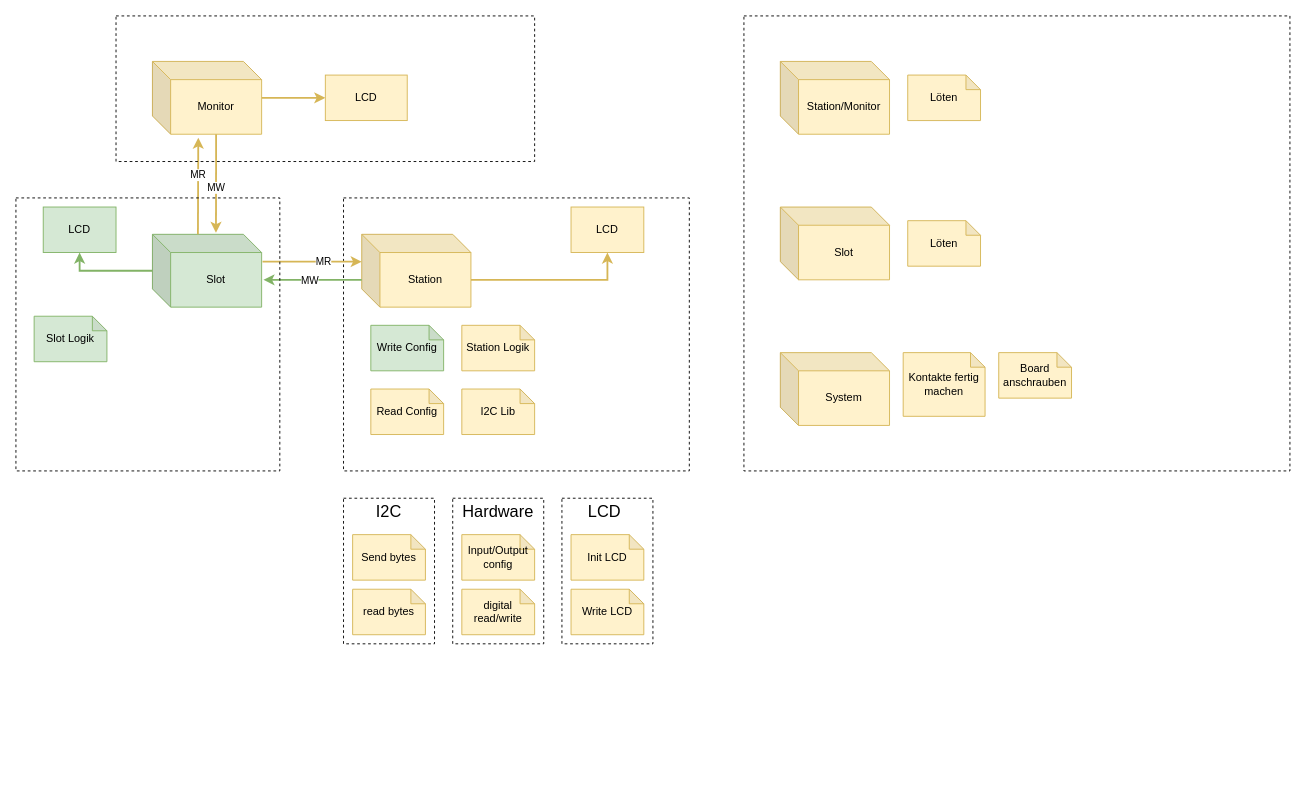
The draw.io diagram slotted-ring.drawio in OleVoss/slotted-ring, before the edit. Source tidied: cells renumbered, new cells numbered last; positions are measured from the earlier drawing's top-left corner, leaving out a move shared by most shapes. Both pictures are drawn from the tidied source at 91%, with x=0, y=0 at pixel (15, 15).
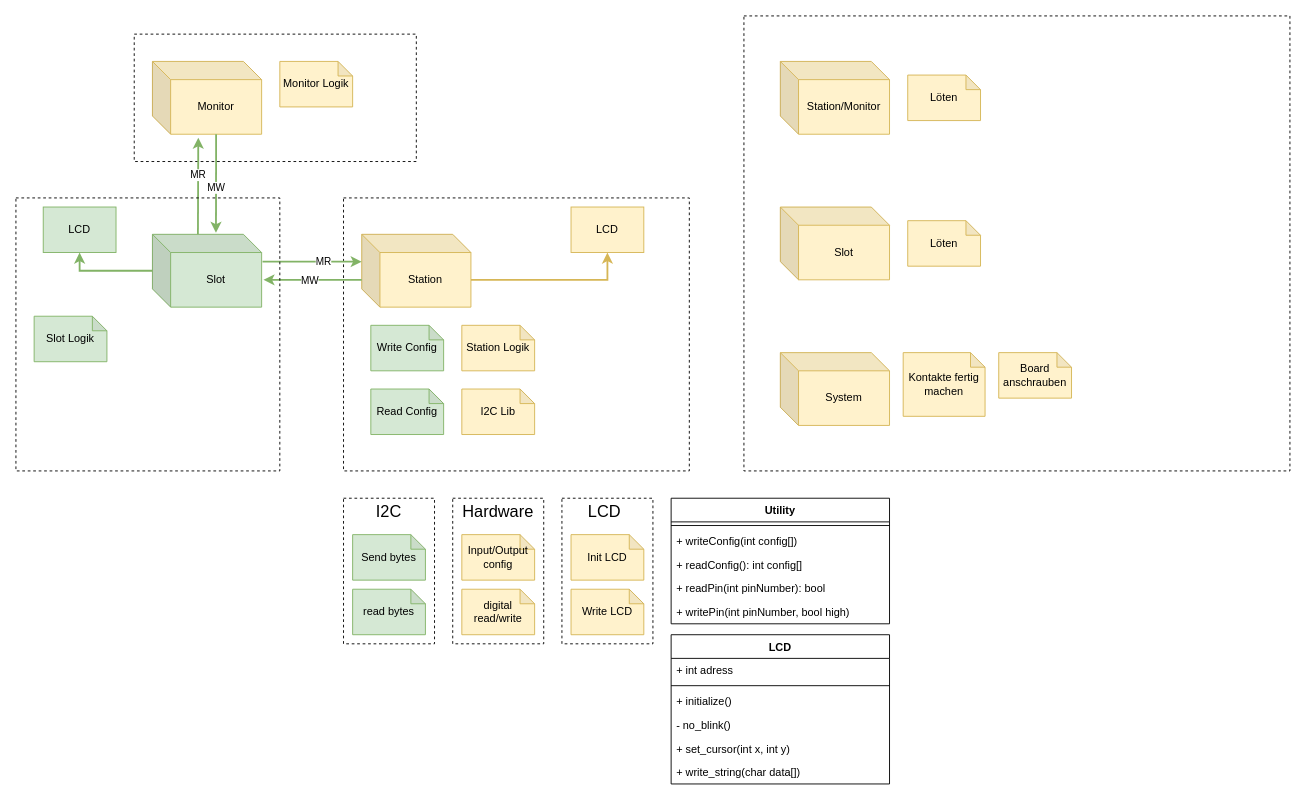
After the change.

The change refers to these unchanged cells:
```xml
<mxCell id="4" value="Station" style="shape=cube;whiteSpace=wrap;html=1;boundedLbl=1;backgroundOutline=1;darkOpacity=0.05;darkOpacity2=0.1;strokeWidth=1;fillColor=#fff2cc;size=20;strokeColor=#d6b656;" parent="1" vertex="1">
  <mxGeometry x="380" y="240" width="120" height="80" as="geometry" />
</mxCell>
<mxCell id="6" value="Slot" style="shape=cube;whiteSpace=wrap;html=1;boundedLbl=1;backgroundOutline=1;darkOpacity=0.05;darkOpacity2=0.1;strokeWidth=1;fillColor=#d5e8d4;size=20;strokeColor=#82b366;" parent="1" vertex="1">
  <mxGeometry x="150" y="240" width="120" height="80" as="geometry" />
</mxCell>
<mxCell id="8" value="Monitor" style="shape=cube;whiteSpace=wrap;html=1;boundedLbl=1;backgroundOutline=1;darkOpacity=0.05;darkOpacity2=0.1;strokeWidth=1;fillColor=#fff2cc;size=20;strokeColor=#d6b656;" parent="1" vertex="1">
  <mxGeometry x="150" y="50" width="120" height="80" as="geometry" />
</mxCell>
```

The edit, as a diff of the source:
```diff
@@
+    <mxCell id="23" style="rounded=0;whiteSpace=wrap;html=1;dashed=1;strokeWidth=1;fillColor=none;" parent="1" vertex="1">
+      <mxGeometry x="130" y="20" width="310" height="140" as="geometry" />
+    </mxCell>
@@
-    <mxCell id="7" style="edgeStyle=orthogonalEdgeStyle;rounded=0;jettySize=auto;html=1;strokeWidth=2;fillColor=#fff2cc;strokeColor=#d6b656;" parent="1" edge="1" source="8" target="21">
-      <mxGeometry relative="1" as="geometry" />
-    </mxCell>
@@
-    <mxCell id="9" style="endArrow=classic;html=1;entryX=0;entryY=0;entryDx=0;entryDy=30;entryPerimeter=0;fillColor=#fff2cc;strokeColor=#d6b656;strokeWidth=2;startArrow=none;startFill=0;" parent="1" edge="1" target="4">
+    <mxCell id="9" style="endArrow=classic;html=1;entryX=0;entryY=0;entryDx=0;entryDy=30;entryPerimeter=0;fillColor=#d5e8d4;strokeColor=#82b366;strokeWidth=2;startArrow=none;startFill=0;" parent="1" edge="1" target="4">
       <mxGeometry relative="1" as="geometry">
         <mxPoint x="271" y="270" as="sourcePoint" />
       </mxGeometry>
     </mxCell>
@@
-    <mxCell id="13" style="endArrow=classic;html=1;entryX=0.42;entryY=1.048;entryDx=0;entryDy=0;entryPerimeter=0;fillColor=#fff2cc;strokeColor=#d6b656;strokeWidth=2;exitX=0;exitY=0;exitDx=50;exitDy=0;exitPerimeter=0;" parent="1" edge="1" source="6" target="8">
+    <mxCell id="13" style="endArrow=classic;html=1;entryX=0.42;entryY=1.048;entryDx=0;entryDy=0;entryPerimeter=0;fillColor=#d5e8d4;strokeColor=#82b366;strokeWidth=2;exitX=0;exitY=0;exitDx=50;exitDy=0;exitPerimeter=0;" parent="1" edge="1" source="6" target="8">
       <mxGeometry relative="1" as="geometry" />
     </mxCell>
@@
-    <mxCell id="15" style="endArrow=classic;html=1;fillColor=#fff2cc;strokeColor=#d6b656;strokeWidth=2;entryX=0.582;entryY=-0.02;entryDx=0;entryDy=0;entryPerimeter=0;exitX=0;exitY=0;exitDx=70;exitDy=80;exitPerimeter=0;" parent="1" edge="1" source="8" target="6">
+    <mxCell id="15" style="endArrow=classic;html=1;fillColor=#d5e8d4;strokeColor=#82b366;strokeWidth=2;entryX=0.582;entryY=-0.02;entryDx=0;entryDy=0;entryPerimeter=0;exitX=0;exitY=0;exitDx=70;exitDy=80;exitPerimeter=0;" parent="1" edge="1" source="8" target="6">
       <mxGeometry relative="1" as="geometry" />
     </mxCell>
@@
-    <mxCell id="17" value="Read Config" style="shape=note;whiteSpace=wrap;html=1;backgroundOutline=1;darkOpacity=0.05;strokeWidth=1;fillColor=#fff2cc;strokeColor=#d6b656;size=16;" parent="1" vertex="1">
+    <mxCell id="17" value="Read Config" style="shape=note;whiteSpace=wrap;html=1;backgroundOutline=1;darkOpacity=0.05;strokeWidth=1;fillColor=#d5e8d4;strokeColor=#82b366;size=16;" parent="1" vertex="1">
       <mxGeometry x="390" y="410" width="80" height="50" as="geometry" />
     </mxCell>
@@
-    <mxCell id="21" value="LCD" style="whiteSpace=wrap;html=1;strokeColor=#d6b656;strokeWidth=1;fillColor=#fff2cc;" parent="1" vertex="1">
-      <mxGeometry x="340" y="65" width="90" height="50" as="geometry" />
-    </mxCell>
@@
-    <mxCell id="23" style="rounded=0;whiteSpace=wrap;html=1;dashed=1;strokeWidth=1;fillColor=none;" parent="1" vertex="1">
-      <mxGeometry x="110" width="460" height="160" as="geometry" />
-    </mxCell>
@@
-    <mxCell id="36" value="Send bytes" style="shape=note;whiteSpace=wrap;html=1;backgroundOutline=1;darkOpacity=0.05;strokeWidth=1;fillColor=#fff2cc;strokeColor=#d6b656;size=16;" parent="1" vertex="1">
+    <mxCell id="36" value="Send bytes" style="shape=note;whiteSpace=wrap;html=1;backgroundOutline=1;darkOpacity=0.05;strokeWidth=1;fillColor=#d5e8d4;strokeColor=#82b366;size=16;" parent="1" vertex="1">
       <mxGeometry x="370" y="570" width="80" height="50" as="geometry" />
     </mxCell>
-    <mxCell id="37" value="read bytes" style="shape=note;whiteSpace=wrap;html=1;backgroundOutline=1;darkOpacity=0.05;strokeWidth=1;fillColor=#fff2cc;strokeColor=#d6b656;size=16;" parent="1" vertex="1">
+    <mxCell id="37" value="read bytes" style="shape=note;whiteSpace=wrap;html=1;backgroundOutline=1;darkOpacity=0.05;strokeWidth=1;fillColor=#d5e8d4;strokeColor=#82b366;size=16;" parent="1" vertex="1">
       <mxGeometry x="370" y="630" width="80" height="50" as="geometry" />
     </mxCell>
@@
+    <mxCell id="47" value="Utility" style="swimlane;fontStyle=1;align=center;verticalAlign=top;horizontal=1;startSize=26;" parent="1" vertex="1">
+      <mxGeometry x="720" y="530" width="240" height="138" as="geometry" />
+    </mxCell>
+    <mxCell id="48" style="line;strokeWidth=1;fillColor=none;align=left;verticalAlign=middle;spacingTop=-1;spacingLeft=3;spacingRight=3;labelPosition=right;" parent="47" vertex="1">
+      <mxGeometry y="26" width="240" height="8" as="geometry" />
+    </mxCell>
+    <mxCell id="49" value="+ writeConfig(int config[])" style="text;strokeColor=none;fillColor=none;align=left;verticalAlign=top;spacingLeft=4;spacingRight=4;overflow=hidden;" parent="47" vertex="1">
+      <mxGeometry y="34" width="240" height="26" as="geometry" />
+    </mxCell>
+    <mxCell id="50" value="+ readConfig(): int config[]" style="text;strokeColor=none;fillColor=none;align=left;verticalAlign=top;spacingLeft=4;spacingRight=4;overflow=hidden;" parent="47" vertex="1">
+      <mxGeometry y="60" width="240" height="26" as="geometry" />
+    </mxCell>
+    <mxCell id="51" value="+ readPin(int pinNumber): bool" style="text;strokeColor=none;fillColor=none;align=left;verticalAlign=top;spacingLeft=4;spacingRight=4;overflow=hidden;" parent="47" vertex="1">
+      <mxGeometry y="86" width="240" height="26" as="geometry" />
+    </mxCell>
+    <mxCell id="52" value="+ writePin(int pinNumber, bool high)" style="text;strokeColor=none;fillColor=none;align=left;verticalAlign=top;spacingLeft=4;spacingRight=4;overflow=hidden;" parent="47" vertex="1">
+      <mxGeometry y="112" width="240" height="26" as="geometry" />
+    </mxCell>
+    <mxCell id="21" value="LCD" style="swimlane;fontStyle=1;align=center;verticalAlign=top;horizontal=1;startSize=26;" parent="1" vertex="1">
+      <mxGeometry x="720" y="680" width="240" height="164" as="geometry" />
+    </mxCell>
+    <mxCell id="53" value="+ int adress" style="text;strokeColor=none;fillColor=none;align=left;verticalAlign=top;spacingLeft=4;spacingRight=4;overflow=hidden;" parent="21" vertex="1">
+      <mxGeometry y="26" width="240" height="26" as="geometry" />
+    </mxCell>
+    <mxCell id="54" style="line;strokeWidth=1;fillColor=none;align=left;verticalAlign=middle;spacingTop=-1;spacingLeft=3;spacingRight=3;labelPosition=right;" parent="21" vertex="1">
+      <mxGeometry y="52" width="240" height="8" as="geometry" />
+    </mxCell>
+    <mxCell id="55" value="+ initialize()" style="text;strokeColor=none;fillColor=none;align=left;verticalAlign=top;spacingLeft=4;spacingRight=4;overflow=hidden;" parent="21" vertex="1">
+      <mxGeometry y="60" width="240" height="26" as="geometry" />
+    </mxCell>
+    <mxCell id="56" value="- no_blink()" style="text;strokeColor=none;fillColor=none;align=left;verticalAlign=top;spacingLeft=4;spacingRight=4;overflow=hidden;" parent="21" vertex="1">
+      <mxGeometry y="86" width="240" height="26" as="geometry" />
+    </mxCell>
+    <mxCell id="57" value="+ set_cursor(int x, int y)" style="text;strokeColor=none;fillColor=none;align=left;verticalAlign=top;spacingLeft=4;spacingRight=4;overflow=hidden;" parent="21" vertex="1">
+      <mxGeometry y="112" width="240" height="26" as="geometry" />
+    </mxCell>
+    <mxCell id="58" value="+ write_string(char data[])" style="text;strokeColor=none;fillColor=none;align=left;verticalAlign=top;spacingLeft=4;spacingRight=4;overflow=hidden;" parent="21" vertex="1">
+      <mxGeometry y="138" width="240" height="26" as="geometry" />
+    </mxCell>
+    <mxCell id="59" value="Monitor Logik" style="shape=note;whiteSpace=wrap;html=1;backgroundOutline=1;darkOpacity=0.05;strokeWidth=1;fillColor=#fff2cc;strokeColor=#d6b656;size=16;" parent="1" vertex="1">
+      <mxGeometry x="290" y="50" width="80" height="50" as="geometry" />
+    </mxCell>
```
